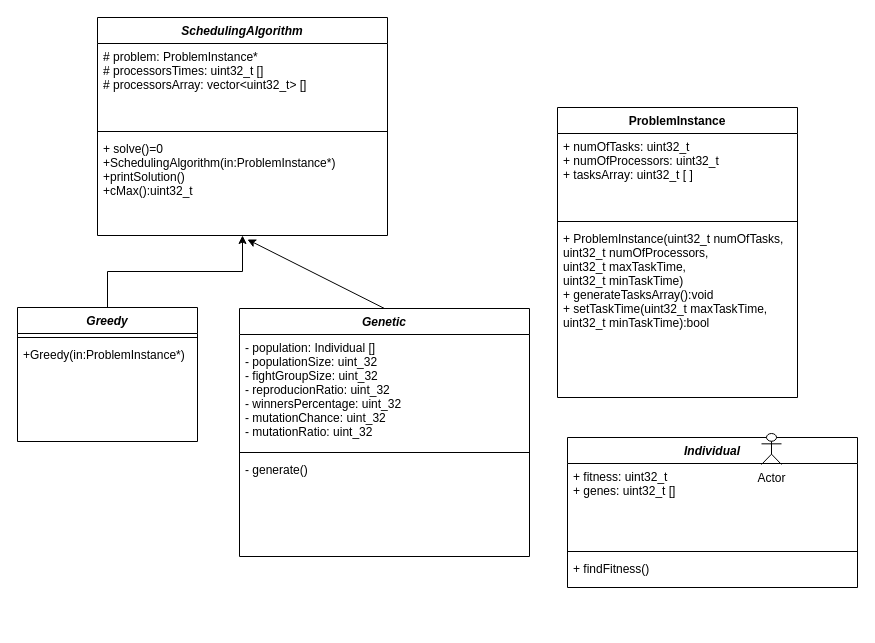
Above: ClassDiagram.drawio in linek150/TasksSchedulingMetaheurystic (draw.io), before the change. Source tidied: cells renumbered, new cells numbered last; positions are measured from the earlier drawing's top-left corner, leaving out a move shared by most shapes. Both pictures are drawn from the tidied source at 100%, with x=0, y=0 at pixel (17, 17).
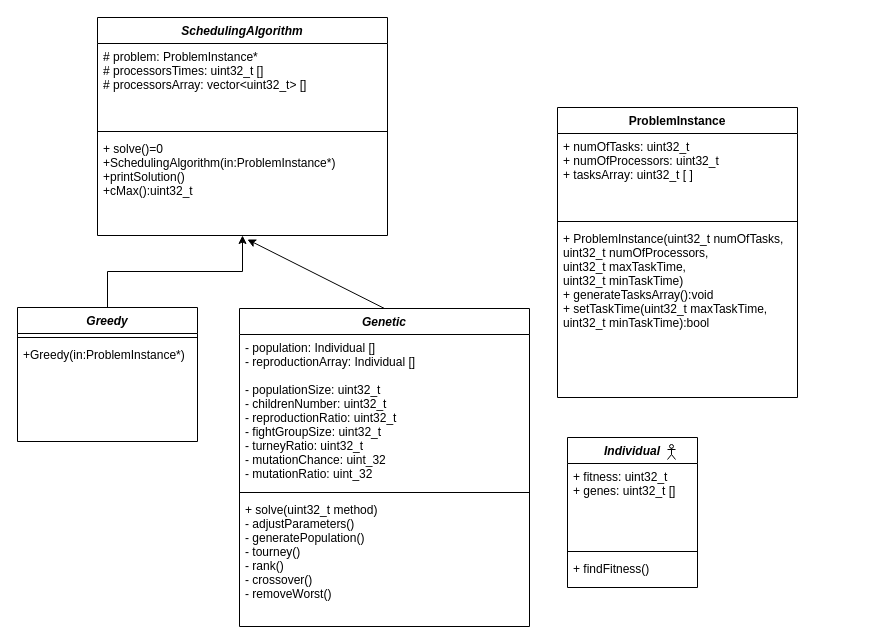
The same page after the edit.

The edit, as a diff of the source:
```diff
@@
     <mxCell id="14" value="Genetic" style="swimlane;fontStyle=3;align=center;verticalAlign=top;horizontal=1;startSize=26;" parent="1" vertex="1">
-      <mxGeometry x="222" y="291" width="290" height="248" as="geometry" />
+      <mxGeometry x="222" y="291" width="290" height="318" as="geometry" />
     </mxCell>
-    <mxCell id="15" value="- population: Individual []&#10;- populationSize: uint_32&#10;- fightGroupSize: uint_32&#10;- reproducionRatio: uint_32&#10;- winnersPercentage: uint_32&#10;- mutationChance: uint_32&#10;- mutationRatio: uint_32" style="text;strokeColor=none;fillColor=none;align=left;verticalAlign=top;spacingLeft=4;spacingRight=4;overflow=hidden;" parent="14" vertex="1">
-      <mxGeometry y="26" width="290" height="114" as="geometry" />
+    <mxCell id="15" value="- population: Individual []&#10;- reproductionArray: Individual []&#10;&#10;- populationSize: uint32_t&#10;- childrenNumber: uint32_t&#10;- reproductionRatio: uint32_t&#10;- fightGroupSize: uint32_t&#10;- turneyRatio: uint32_t&#10;- mutationChance: uint_32&#10;- mutationRatio: uint_32" style="text;strokeColor=none;fillColor=none;align=left;verticalAlign=top;spacingLeft=4;spacingRight=4;overflow=hidden;" parent="14" vertex="1">
+      <mxGeometry y="26" width="290" height="154" as="geometry" />
     </mxCell>
     <mxCell id="16" style="line;strokeWidth=1;fillColor=none;align=left;verticalAlign=middle;spacingTop=-1;spacingLeft=3;spacingRight=3;labelPosition=right;" parent="14" vertex="1">
-      <mxGeometry y="140" width="290" height="8" as="geometry" />
+      <mxGeometry y="180" width="290" height="8" as="geometry" />
     </mxCell>
-    <mxCell id="17" value="- generate()&#10;" style="text;strokeColor=none;fillColor=none;align=left;verticalAlign=top;spacingLeft=4;spacingRight=4;overflow=hidden;fontStyle=0;" parent="14" vertex="1">
-      <mxGeometry y="148" width="290" height="100" as="geometry" />
+    <mxCell id="17" value="+ solve(uint32_t method)&#10;- adjustParameters()&#10;- generatePopulation()&#10;- tourney()&#10;- rank()&#10;- crossover()&#10;- removeWorst()" style="text;strokeColor=none;fillColor=none;align=left;verticalAlign=top;spacingLeft=4;spacingRight=4;overflow=hidden;fontStyle=0;" parent="14" vertex="1">
+      <mxGeometry y="188" width="290" height="130" as="geometry" />
     </mxCell>
@@
     <mxCell id="19" value="Individual" style="swimlane;fontStyle=3;align=center;verticalAlign=top;horizontal=1;startSize=26;" parent="1" vertex="1">
-      <mxGeometry x="550" y="420" width="290" height="150" as="geometry" />
+      <mxGeometry x="550" y="420" width="130" height="150" as="geometry" />
     </mxCell>
     <mxCell id="20" value="+ fitness: uint32_t&#10;+ genes: uint32_t []&#10;" style="text;strokeColor=none;fillColor=none;align=left;verticalAlign=top;spacingLeft=4;spacingRight=4;overflow=hidden;" parent="19" vertex="1">
-      <mxGeometry y="26" width="290" height="84" as="geometry" />
+      <mxGeometry y="26" width="130" height="84" as="geometry" />
     </mxCell>
     <mxCell id="21" style="line;strokeWidth=1;fillColor=none;align=left;verticalAlign=middle;spacingTop=-1;spacingLeft=3;spacingRight=3;labelPosition=right;" parent="19" vertex="1">
-      <mxGeometry y="110" width="290" height="8" as="geometry" />
+      <mxGeometry y="110" width="130" height="8" as="geometry" />
     </mxCell>
     <mxCell id="22" value="+ findFitness()&#10;&#10;" style="text;strokeColor=none;fillColor=none;align=left;verticalAlign=top;spacingLeft=4;spacingRight=4;overflow=hidden;fontStyle=0;" parent="19" vertex="1">
-      <mxGeometry y="118" width="290" height="32" as="geometry" />
+      <mxGeometry y="118" width="130" height="32" as="geometry" />
     </mxCell>
-    <mxCell id="23" value="Actor" style="shape=umlActor;verticalLabelPosition=bottom;verticalAlign=top;html=1;" parent="1" vertex="1">
-      <mxGeometry x="744" y="416" width="20" height="31" as="geometry" />
+    <mxCell id="23" style="shape=umlActor;verticalLabelPosition=bottom;verticalAlign=top;html=1;" parent="1" vertex="1">
+      <mxGeometry x="650" y="427" width="8" height="15" as="geometry" />
     </mxCell>
```
